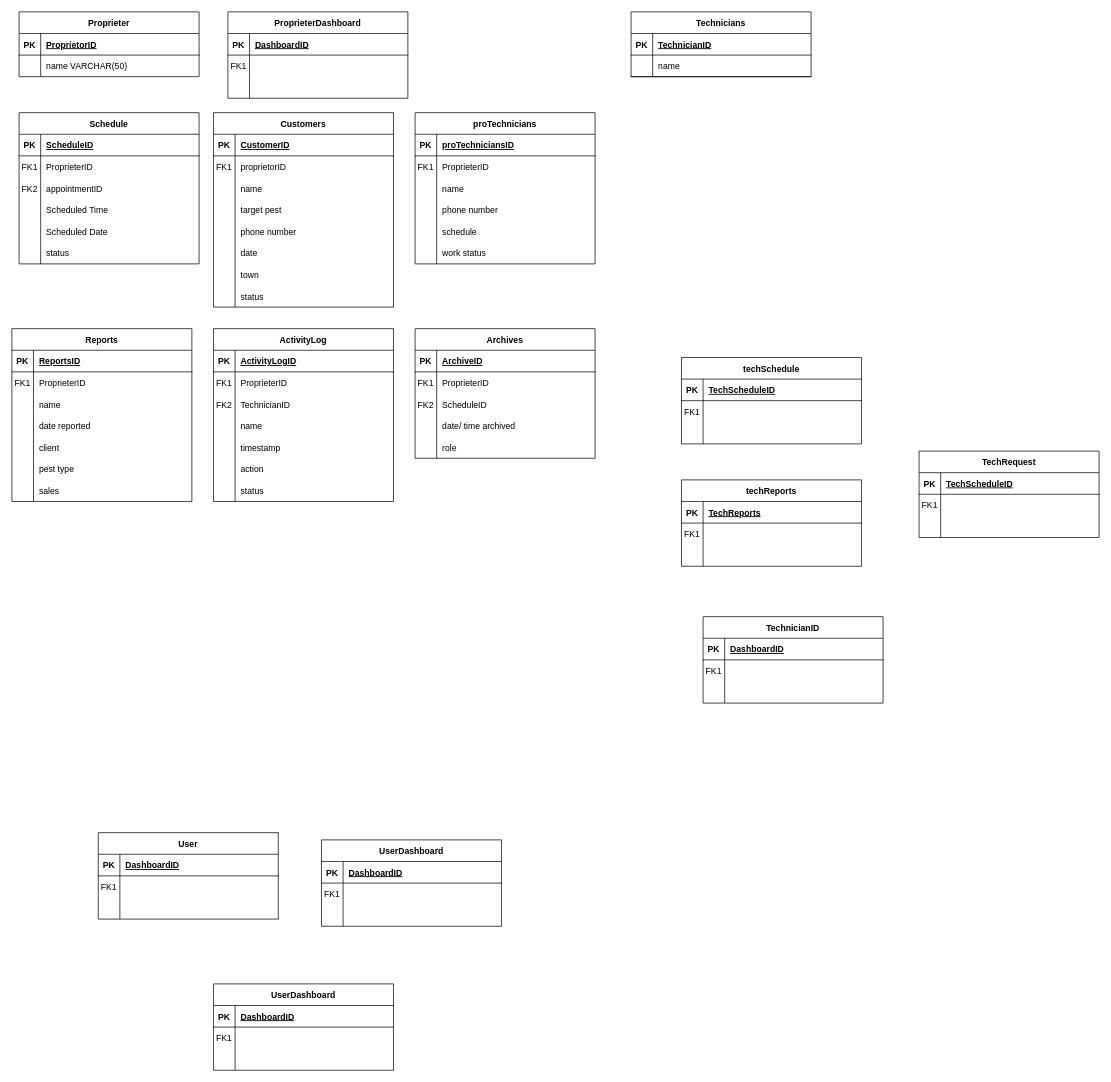
Before: Untitled Diagram.drawio in cedcedie/QueueFormHannah, a draw.io diagram. Source tidied: cells renumbered, new cells numbered last; positions are measured from the earlier drawing's top-left corner, leaving out a move shared by most shapes. Both pictures are drawn from the tidied source at 72%, with x=0, y=0 at pixel (12, 12).
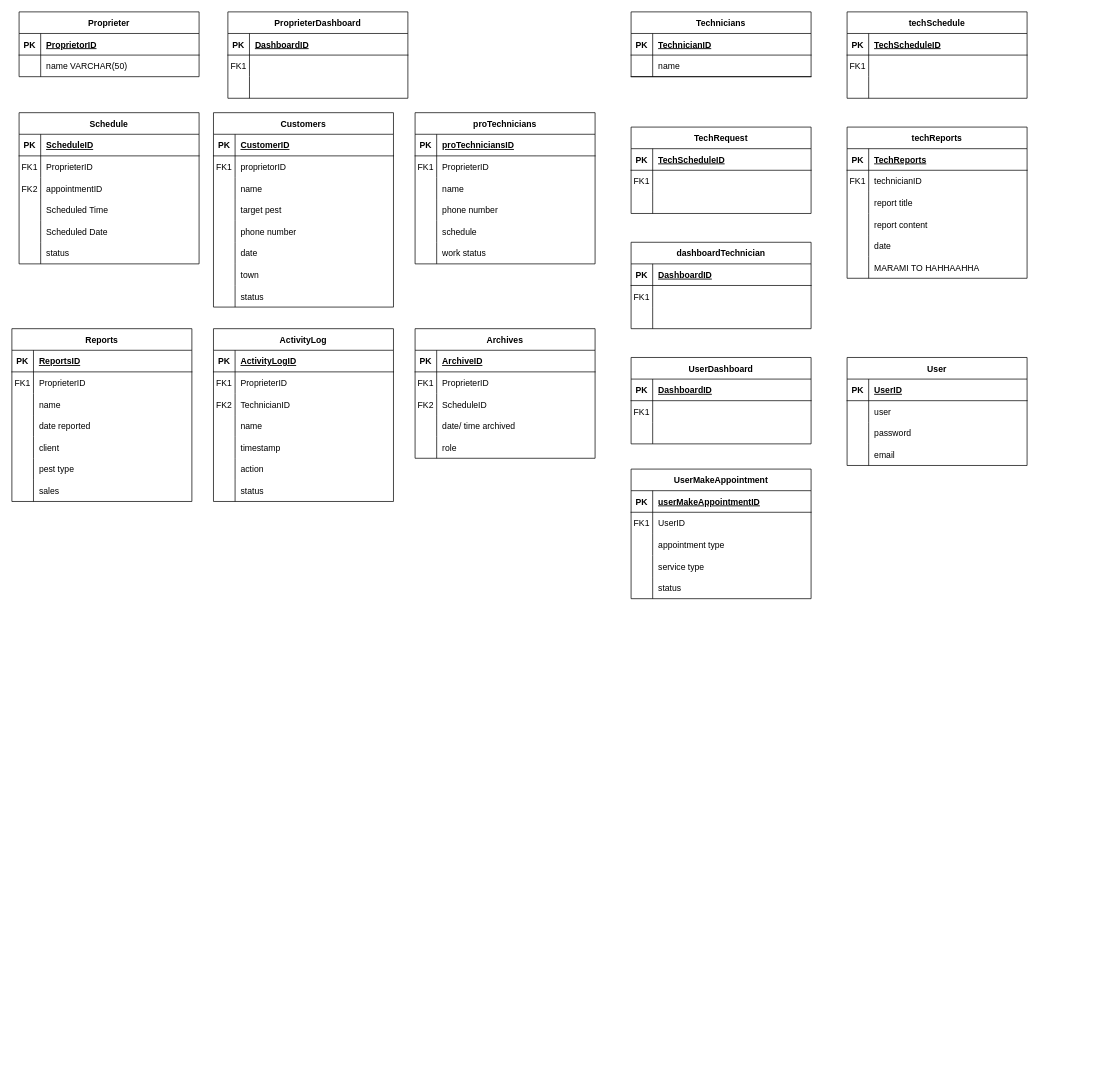
After the change.

The change refers to these unchanged cells:
```xml
<mxCell id="153" style="shape=partialRectangle;fillColor=none;top=0;left=0;right=0;bottom=0;" parent="149" vertex="1">
  <mxGeometry y="60" width="250" height="30" as="geometry" />
</mxCell>
<mxCell id="156" style="shape=partialRectangle;fillColor=none;top=0;left=0;right=0;bottom=0;" parent="149" vertex="1">
  <mxGeometry y="90" width="250" height="30" as="geometry" />
</mxCell>
<mxCell id="170" style="shape=partialRectangle;fillColor=none;top=0;left=0;right=0;bottom=1;" parent="169" vertex="1">
  <mxGeometry y="30" width="250" height="30" as="geometry" />
</mxCell>
<mxCell id="173" style="shape=partialRectangle;fillColor=none;top=0;left=0;right=0;bottom=0;" parent="169" vertex="1">
  <mxGeometry y="60" width="250" height="30" as="geometry" />
</mxCell>
<mxCell id="176" style="shape=partialRectangle;fillColor=none;top=0;left=0;right=0;bottom=0;" parent="169" vertex="1">
  <mxGeometry y="90" width="250" height="30" as="geometry" />
</mxCell>
<mxCell id="200" style="shape=partialRectangle;fillColor=none;top=0;left=0;right=0;bottom=1;" parent="199" vertex="1">
  <mxGeometry y="30" width="250" height="30" as="geometry" />
</mxCell>
<mxCell id="203" style="shape=partialRectangle;fillColor=none;top=0;left=0;right=0;bottom=0;" parent="199" vertex="1">
  <mxGeometry y="60" width="250" height="30" as="geometry" />
</mxCell>
<mxCell id="206" style="shape=partialRectangle;fillColor=none;top=0;left=0;right=0;bottom=0;" parent="199" vertex="1">
  <mxGeometry y="90" width="250" height="30" as="geometry" />
</mxCell>
```

The edit, as a diff of the source:
```diff
@@
     <mxCell id="139" value="techSchedule" style="shape=table;startSize=30;childLayout=tableLayout;rowLines=0;fontStyle=1;align=center;" parent="1" vertex="1">
-      <mxGeometry x="930" y="480" width="250" height="120" as="geometry" />
+      <mxGeometry x="1160" width="250" height="120" as="geometry" />
     </mxCell>
@@
     <mxCell id="149" value="techReports" style="shape=table;startSize=30;childLayout=tableLayout;rowLines=0;fontStyle=1;align=center;" parent="1" vertex="1">
-      <mxGeometry x="930" y="650" width="250" height="120" as="geometry" />
+      <mxGeometry x="1160" y="160" width="250" height="210" as="geometry" />
     </mxCell>
@@
-    <mxCell id="155" style="shape=partialRectangle;overflow=hidden;fillColor=none;top=0;left=0;bottom=0;right=0;align=left;spacingLeft=6;" parent="153" vertex="1">
+    <mxCell id="155" value="technicianID" style="shape=partialRectangle;overflow=hidden;fillColor=none;top=0;left=0;bottom=0;right=0;align=left;spacingLeft=6;" parent="153" vertex="1">
       <mxGeometry x="30" width="220" height="30" as="geometry" />
     </mxCell>
@@
-    <mxCell id="158" style="shape=partialRectangle;overflow=hidden;fillColor=none;top=0;left=0;bottom=0;right=0;align=left;spacingLeft=6;" parent="156" vertex="1">
+    <mxCell id="158" value="report title" style="shape=partialRectangle;overflow=hidden;fillColor=none;top=0;left=0;bottom=0;right=0;align=left;spacingLeft=6;" parent="156" vertex="1">
       <mxGeometry x="30" width="220" height="30" as="geometry" />
     </mxCell>
+    <mxCell id="219" style="shape=partialRectangle;fillColor=none;top=0;left=0;right=0;bottom=0;" parent="149" vertex="1">
+      <mxGeometry y="120" width="250" height="30" as="geometry" />
+    </mxCell>
+    <mxCell id="220" style="shape=partialRectangle;overflow=hidden;fillColor=none;top=0;left=0;bottom=0;right=0;" parent="219" vertex="1">
+      <mxGeometry width="30" height="30" as="geometry" />
+    </mxCell>
+    <mxCell id="221" value="report content" style="shape=partialRectangle;overflow=hidden;fillColor=none;top=0;left=0;bottom=0;right=0;align=left;spacingLeft=6;" parent="219" vertex="1">
+      <mxGeometry x="30" width="220" height="30" as="geometry" />
+    </mxCell>
+    <mxCell id="222" style="shape=partialRectangle;fillColor=none;top=0;left=0;right=0;bottom=0;" parent="149" vertex="1">
+      <mxGeometry y="150" width="250" height="30" as="geometry" />
+    </mxCell>
+    <mxCell id="223" style="shape=partialRectangle;overflow=hidden;fillColor=none;top=0;left=0;bottom=0;right=0;" parent="222" vertex="1">
+      <mxGeometry width="30" height="30" as="geometry" />
+    </mxCell>
+    <mxCell id="224" value="date" style="shape=partialRectangle;overflow=hidden;fillColor=none;top=0;left=0;bottom=0;right=0;align=left;spacingLeft=6;" parent="222" vertex="1">
+      <mxGeometry x="30" width="220" height="30" as="geometry" />
+    </mxCell>
+    <mxCell id="225" style="shape=partialRectangle;fillColor=none;top=0;left=0;right=0;bottom=0;" parent="149" vertex="1">
+      <mxGeometry y="180" width="250" height="30" as="geometry" />
+    </mxCell>
+    <mxCell id="226" style="shape=partialRectangle;overflow=hidden;fillColor=none;top=0;left=0;bottom=0;right=0;" parent="225" vertex="1">
+      <mxGeometry width="30" height="30" as="geometry" />
+    </mxCell>
+    <mxCell id="227" value="MARAMI TO HAHHAAHHA" style="shape=partialRectangle;overflow=hidden;fillColor=none;top=0;left=0;bottom=0;right=0;align=left;spacingLeft=6;" parent="225" vertex="1">
+      <mxGeometry x="30" width="220" height="30" as="geometry" />
+    </mxCell>
     <mxCell id="159" value="TechRequest" style="shape=table;startSize=30;childLayout=tableLayout;rowLines=0;fontStyle=1;align=center;" parent="1" vertex="1">
-      <mxGeometry x="1260" y="610" width="250" height="120" as="geometry" />
+      <mxGeometry x="860" y="160" width="250" height="120" as="geometry" />
     </mxCell>
@@
-    <mxCell id="169" value="UserDashboard" style="shape=table;startSize=30;childLayout=tableLayout;rowLines=0;fontStyle=1;align=center;" parent="1" vertex="1">
-      <mxGeometry x="430" y="1150" width="250" height="120" as="geometry" />
+    <mxCell id="169" value="UserMakeAppointment" style="shape=table;startSize=30;childLayout=tableLayout;rowLines=0;fontStyle=1;align=center;" parent="1" vertex="1">
+      <mxGeometry x="860" y="635" width="250" height="180" as="geometry" />
     </mxCell>
@@
-    <mxCell id="172" value="DashboardID" style="shape=partialRectangle;overflow=hidden;fillColor=none;top=0;left=0;bottom=0;right=0;align=left;spacingLeft=6;fontStyle=5;" parent="170" vertex="1">
+    <mxCell id="172" value="userMakeAppointmentID" style="shape=partialRectangle;overflow=hidden;fillColor=none;top=0;left=0;bottom=0;right=0;align=left;spacingLeft=6;fontStyle=5;" parent="170" vertex="1">
       <mxGeometry x="30" width="220" height="30" as="geometry" />
     </mxCell>
@@
-    <mxCell id="175" style="shape=partialRectangle;overflow=hidden;fillColor=none;top=0;left=0;bottom=0;right=0;align=left;spacingLeft=6;" parent="173" vertex="1">
+    <mxCell id="175" value="UserID" style="shape=partialRectangle;overflow=hidden;fillColor=none;top=0;left=0;bottom=0;right=0;align=left;spacingLeft=6;" parent="173" vertex="1">
       <mxGeometry x="30" width="220" height="30" as="geometry" />
     </mxCell>
@@
-    <mxCell id="178" style="shape=partialRectangle;overflow=hidden;fillColor=none;top=0;left=0;bottom=0;right=0;align=left;spacingLeft=6;" parent="176" vertex="1">
+    <mxCell id="178" value="appointment type" style="shape=partialRectangle;overflow=hidden;fillColor=none;top=0;left=0;bottom=0;right=0;align=left;spacingLeft=6;" parent="176" vertex="1">
       <mxGeometry x="30" width="220" height="30" as="geometry" />
     </mxCell>
+    <mxCell id="228" style="shape=partialRectangle;fillColor=none;top=0;left=0;right=0;bottom=0;" parent="169" vertex="1">
+      <mxGeometry y="120" width="250" height="30" as="geometry" />
+    </mxCell>
+    <mxCell id="229" style="shape=partialRectangle;overflow=hidden;fillColor=none;top=0;left=0;bottom=0;right=0;" parent="228" vertex="1">
+      <mxGeometry width="30" height="30" as="geometry" />
+    </mxCell>
+    <mxCell id="230" value="service type" style="shape=partialRectangle;overflow=hidden;fillColor=none;top=0;left=0;bottom=0;right=0;align=left;spacingLeft=6;" parent="228" vertex="1">
+      <mxGeometry x="30" width="220" height="30" as="geometry" />
+    </mxCell>
+    <mxCell id="231" style="shape=partialRectangle;fillColor=none;top=0;left=0;right=0;bottom=0;" parent="169" vertex="1">
+      <mxGeometry y="150" width="250" height="30" as="geometry" />
+    </mxCell>
+    <mxCell id="232" style="shape=partialRectangle;overflow=hidden;fillColor=none;top=0;left=0;bottom=0;right=0;" parent="231" vertex="1">
+      <mxGeometry width="30" height="30" as="geometry" />
+    </mxCell>
+    <mxCell id="233" value="status" style="shape=partialRectangle;overflow=hidden;fillColor=none;top=0;left=0;bottom=0;right=0;align=left;spacingLeft=6;" parent="231" vertex="1">
+      <mxGeometry x="30" width="220" height="30" as="geometry" />
+    </mxCell>
@@
-    <mxCell id="189" value="TechnicianID" style="shape=table;startSize=30;childLayout=tableLayout;rowLines=0;fontStyle=1;align=center;" parent="1" vertex="1">
-      <mxGeometry x="960" y="840" width="250" height="120" as="geometry" />
+    <mxCell id="189" value="dashboardTechnician" style="shape=table;startSize=30;childLayout=tableLayout;rowLines=0;fontStyle=1;align=center;" parent="1" vertex="1">
+      <mxGeometry x="860" y="320" width="250" height="120" as="geometry" />
     </mxCell>
@@
     <mxCell id="199" value="User" style="shape=table;startSize=30;childLayout=tableLayout;rowLines=0;fontStyle=1;align=center;" parent="1" vertex="1">
-      <mxGeometry x="120" y="1140" width="250" height="120" as="geometry" />
+      <mxGeometry x="1160" y="480" width="250" height="150" as="geometry" />
     </mxCell>
@@
-    <mxCell id="202" value="DashboardID" style="shape=partialRectangle;overflow=hidden;fillColor=none;top=0;left=0;bottom=0;right=0;align=left;spacingLeft=6;fontStyle=5;" parent="200" vertex="1">
+    <mxCell id="202" value="UserID" style="shape=partialRectangle;overflow=hidden;fillColor=none;top=0;left=0;bottom=0;right=0;align=left;spacingLeft=6;fontStyle=5;" parent="200" vertex="1">
       <mxGeometry x="30" width="220" height="30" as="geometry" />
     </mxCell>
@@
-    <mxCell id="204" value="FK1" style="shape=partialRectangle;overflow=hidden;fillColor=none;top=0;left=0;bottom=0;right=0;" parent="203" vertex="1">
+    <mxCell id="204" style="shape=partialRectangle;overflow=hidden;fillColor=none;top=0;left=0;bottom=0;right=0;" parent="203" vertex="1">
       <mxGeometry width="30" height="30" as="geometry" />
     </mxCell>
-    <mxCell id="205" style="shape=partialRectangle;overflow=hidden;fillColor=none;top=0;left=0;bottom=0;right=0;align=left;spacingLeft=6;" parent="203" vertex="1">
+    <mxCell id="205" value="user" style="shape=partialRectangle;overflow=hidden;fillColor=none;top=0;left=0;bottom=0;right=0;align=left;spacingLeft=6;" parent="203" vertex="1">
       <mxGeometry x="30" width="220" height="30" as="geometry" />
     </mxCell>
@@
-    <mxCell id="208" style="shape=partialRectangle;overflow=hidden;fillColor=none;top=0;left=0;bottom=0;right=0;align=left;spacingLeft=6;" parent="206" vertex="1">
+    <mxCell id="208" value="password" style="shape=partialRectangle;overflow=hidden;fillColor=none;top=0;left=0;bottom=0;right=0;align=left;spacingLeft=6;" parent="206" vertex="1">
       <mxGeometry x="30" width="220" height="30" as="geometry" />
     </mxCell>
+    <mxCell id="234" style="shape=partialRectangle;fillColor=none;top=0;left=0;right=0;bottom=0;" parent="199" vertex="1">
+      <mxGeometry y="120" width="250" height="30" as="geometry" />
+    </mxCell>
+    <mxCell id="235" style="shape=partialRectangle;overflow=hidden;fillColor=none;top=0;left=0;bottom=0;right=0;" parent="234" vertex="1">
+      <mxGeometry width="30" height="30" as="geometry" />
+    </mxCell>
+    <mxCell id="236" value="email" style="shape=partialRectangle;overflow=hidden;fillColor=none;top=0;left=0;bottom=0;right=0;align=left;spacingLeft=6;" parent="234" vertex="1">
+      <mxGeometry x="30" width="220" height="30" as="geometry" />
+    </mxCell>
     <mxCell id="209" value="UserDashboard" style="shape=table;startSize=30;childLayout=tableLayout;rowLines=0;fontStyle=1;align=center;" parent="1" vertex="1">
-      <mxGeometry x="280" y="1350" width="250" height="120" as="geometry" />
+      <mxGeometry x="860" y="480" width="250" height="120" as="geometry" />
     </mxCell>
```
